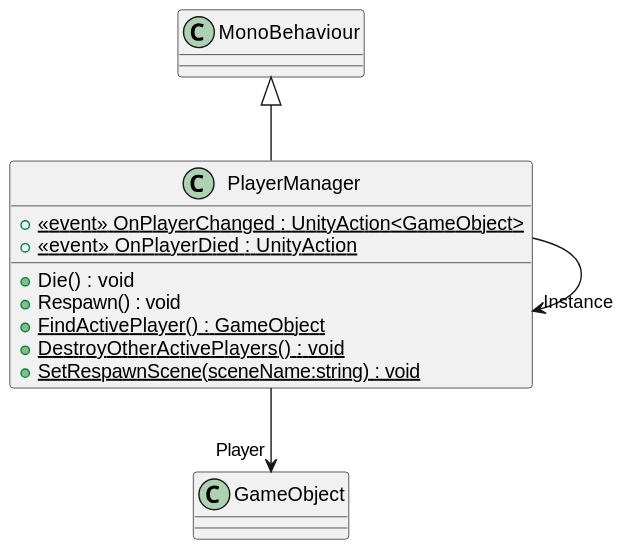
This is UML/Manager/PlayerManager.svg from KawinM23/TakeControl, a PlantUML export, as it was before one commit.
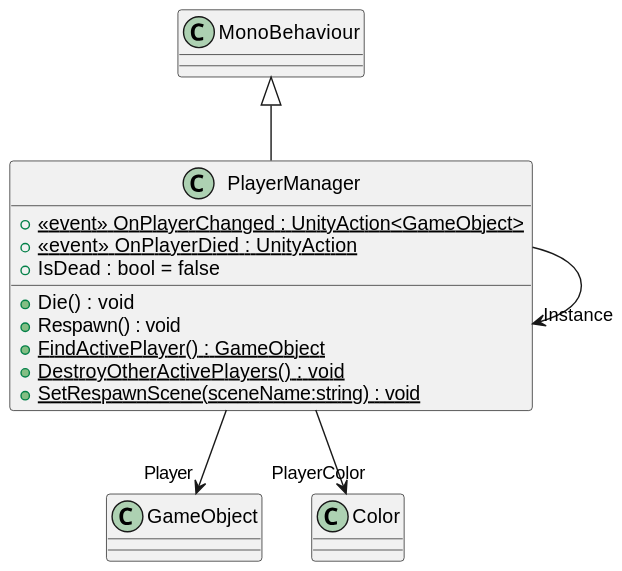
The same file after the commit.

The edit, as a diff of the source:
```diff
@@ -2,6 +2,7 @@
 class PlayerManager {
     + {static}  <<event>> OnPlayerChanged : UnityAction<GameObject>
     + {static}  <<event>> OnPlayerDied : UnityAction
+    + IsDead : bool = false
     + Die() : void
     + Respawn() : void
     + {static} FindActivePlayer() : GameObject
@@ -11,4 +12,5 @@
 MonoBehaviour <|-- PlayerManager
 PlayerManager --> "Instance" PlayerManager
 PlayerManager --> "Player" GameObject
+PlayerManager --> "PlayerColor" Color
 @enduml
```
